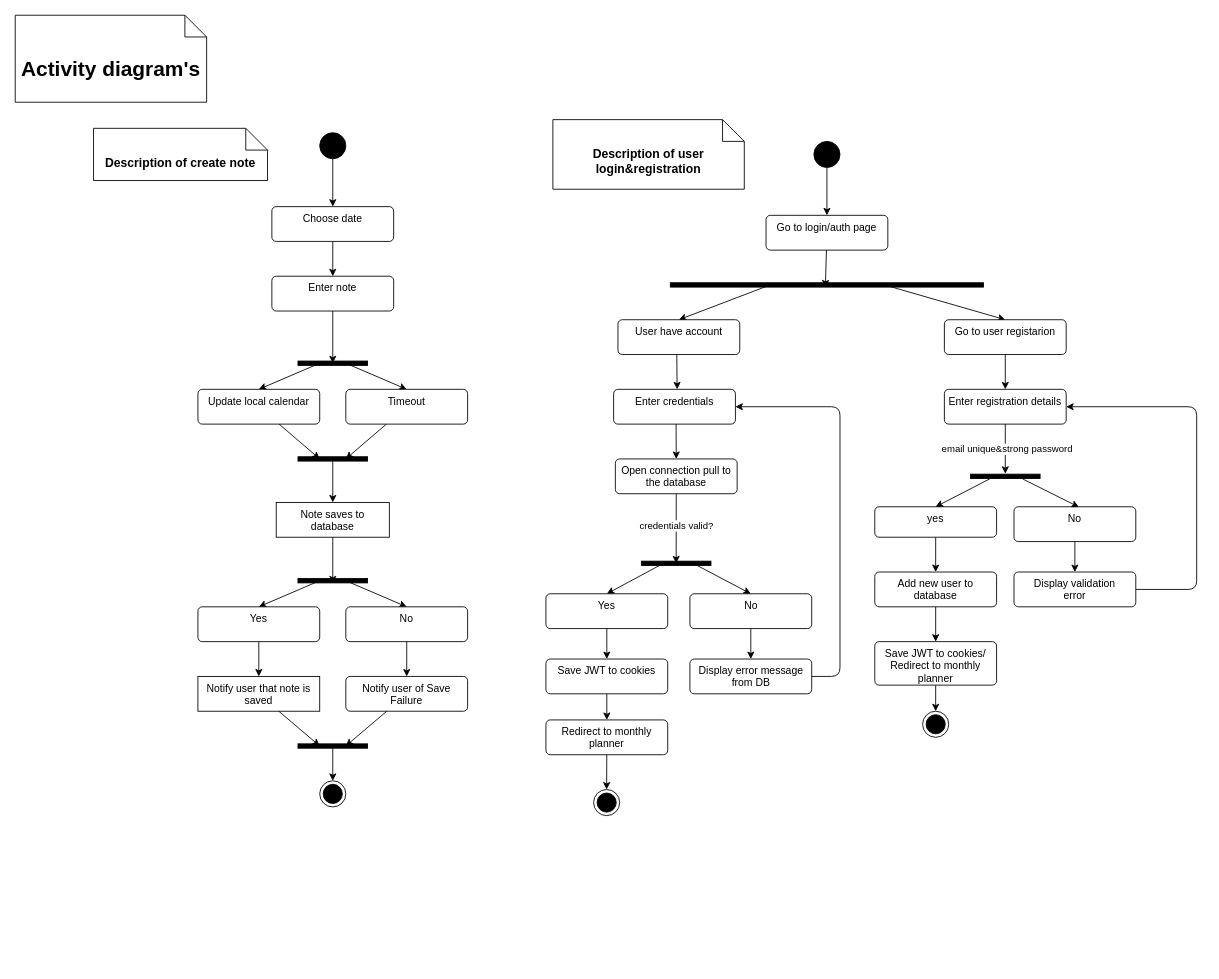
Above: documentation/activity.drawio in Kirill9m/dagbok-next-boot (draw.io), before the change. Source tidied: cells renumbered, new cells numbered last; positions are measured from the earlier drawing's top-left corner, leaving out a move shared by most shapes. Both pictures are drawn from the tidied source at 87%, with x=0, y=0 at pixel (15, 15).
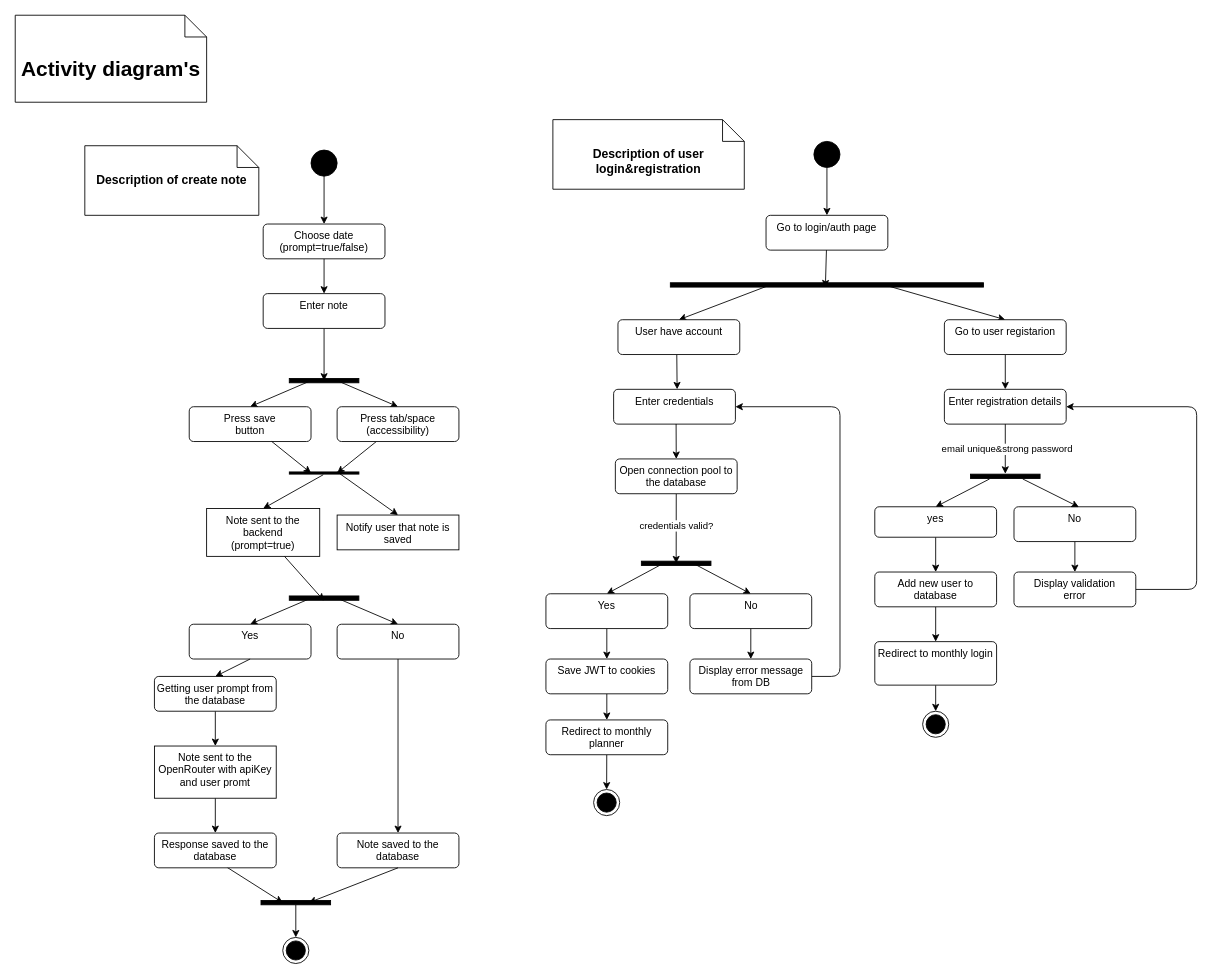
Above is the later version.

Diff of the diagram source:
```diff
@@
-    <mxCell id="2" style="edgeStyle=none;html=1;entryX=0.5;entryY=0;entryDx=0;entryDy=0;exitX=0.5;exitY=1;exitDx=0;exitDy=0;exitPerimeter=0;" parent="1" edge="1" source="20" target="4">
-      <mxGeometry relative="1" as="geometry" />
-    </mxCell>
-    <mxCell id="3" style="edgeStyle=none;html=1;entryX=0.5;entryY=0;entryDx=0;entryDy=0;" parent="1" edge="1" source="4" target="6">
-      <mxGeometry relative="1" as="geometry" />
-    </mxCell>
-    <mxCell id="4" value="Choose date" style="html=1;align=center;verticalAlign=top;rounded=1;absoluteArcSize=1;arcSize=10;dashed=0;whiteSpace=wrap;" parent="1" vertex="1">
-      <mxGeometry x="295" y="220" width="140" height="40" as="geometry" />
-    </mxCell>
-    <mxCell id="5" style="edgeStyle=none;html=1;entryX=0.5;entryY=0.5;entryDx=0;entryDy=0;entryPerimeter=0;" parent="1" edge="1" source="6" target="12">
-      <mxGeometry relative="1" as="geometry" />
-    </mxCell>
-    <mxCell id="6" value="Enter note" style="html=1;align=center;verticalAlign=top;rounded=1;absoluteArcSize=1;arcSize=10;dashed=0;whiteSpace=wrap;" parent="1" vertex="1">
-      <mxGeometry x="295" y="300" width="140" height="40" as="geometry" />
-    </mxCell>
-    <mxCell id="7" value="Note saves to&lt;div&gt;database&lt;/div&gt;" style="html=1;align=center;verticalAlign=top;rounded=1;absoluteArcSize=1;arcSize=0;dashed=0;whiteSpace=wrap;" parent="1" vertex="1">
-      <mxGeometry x="300" y="560" width="130" height="40" as="geometry" />
-    </mxCell>
-    <mxCell id="8" style="edgeStyle=none;html=1;entryX=0.5;entryY=0;entryDx=0;entryDy=0;" parent="1" edge="1" source="9" target="7">
-      <mxGeometry relative="1" as="geometry" />
-    </mxCell>
-    <mxCell id="9" style="html=1;points=[];perimeter=orthogonalPerimeter;fillColor=strokeColor;rotation=90;" parent="1" vertex="1">
-      <mxGeometry x="362.5" y="470" width="5" height="80" as="geometry" />
-    </mxCell>
-    <mxCell id="10" style="edgeStyle=none;html=1;entryX=0.5;entryY=0;entryDx=0;entryDy=0;exitX=0.5;exitY=0.688;exitDx=0;exitDy=0;exitPerimeter=0;" parent="1" edge="1" source="12" target="13">
-      <mxGeometry relative="1" as="geometry" />
-    </mxCell>
-    <mxCell id="11" style="edgeStyle=none;html=1;entryX=0.5;entryY=0;entryDx=0;entryDy=0;exitX=0.5;exitY=0.313;exitDx=0;exitDy=0;exitPerimeter=0;" parent="1" edge="1" source="12" target="15">
-      <mxGeometry relative="1" as="geometry" />
-    </mxCell>
-    <mxCell id="12" style="html=1;points=[];perimeter=orthogonalPerimeter;fillColor=strokeColor;rotation=90;" parent="1" vertex="1">
-      <mxGeometry x="362.5" y="360" width="5" height="80" as="geometry" />
-    </mxCell>
-    <mxCell id="13" value="Update local calendar" style="html=1;align=center;verticalAlign=top;rounded=1;absoluteArcSize=1;arcSize=10;dashed=0;whiteSpace=wrap;" parent="1" vertex="1">
-      <mxGeometry x="210" y="430" width="140" height="40" as="geometry" />
-    </mxCell>
-    <mxCell id="14" style="edgeStyle=none;html=1;entryX=0.5;entryY=0.313;entryDx=0;entryDy=0;entryPerimeter=0;" parent="1" edge="1" source="15" target="9">
-      <mxGeometry relative="1" as="geometry" />
-    </mxCell>
-    <mxCell id="15" value="Timeout" style="html=1;align=center;verticalAlign=top;rounded=1;absoluteArcSize=1;arcSize=10;dashed=0;whiteSpace=wrap;" parent="1" vertex="1">
-      <mxGeometry x="380" y="430" width="140" height="40" as="geometry" />
-    </mxCell>
-    <mxCell id="16" style="edgeStyle=none;html=1;entryX=0.5;entryY=0.688;entryDx=0;entryDy=0;entryPerimeter=0;" parent="1" edge="1" source="13" target="9">
-      <mxGeometry relative="1" as="geometry" />
-    </mxCell>
-    <mxCell id="17" value="Notify user that note is saved" style="html=1;align=center;verticalAlign=top;rounded=1;absoluteArcSize=1;arcSize=0;dashed=0;whiteSpace=wrap;" parent="1" vertex="1">
-      <mxGeometry x="210" y="760" width="140" height="40" as="geometry" />
-    </mxCell>
-    <mxCell id="18" value="&lt;b&gt;&lt;font style=&quot;font-size: 14px;&quot;&gt;Description of create note&lt;/font&gt;&lt;/b&gt;" style="shape=note2;boundedLbl=1;whiteSpace=wrap;html=1;size=25;verticalAlign=top;align=center;" parent="1" vertex="1">
-      <mxGeometry x="90" y="130" width="200" height="60" as="geometry" />
-    </mxCell>
-    <mxCell id="19" style="ellipse;html=1;shape=endState;fillColor=strokeColor;" parent="1" vertex="1">
-      <mxGeometry x="350" y="880" width="30" height="30" as="geometry" />
-    </mxCell>
-    <mxCell id="20" style="ellipse;fillColor=strokeColor;html=1;" parent="1" vertex="1">
-      <mxGeometry x="350" y="135" width="30" height="30" as="geometry" />
-    </mxCell>
@@
-    <mxCell id="25" style="edgeStyle=none;html=1;entryX=0.5;entryY=0;entryDx=0;entryDy=0;exitX=0.5;exitY=0.688;exitDx=0;exitDy=0;exitPerimeter=0;" parent="1" edge="1" source="27" target="29">
-      <mxGeometry relative="1" as="geometry" />
-    </mxCell>
-    <mxCell id="26" style="edgeStyle=none;html=1;entryX=0.5;entryY=0;entryDx=0;entryDy=0;exitX=0.5;exitY=0.313;exitDx=0;exitDy=0;exitPerimeter=0;" parent="1" edge="1" source="27" target="31">
-      <mxGeometry relative="1" as="geometry" />
-    </mxCell>
-    <mxCell id="27" style="html=1;points=[];perimeter=orthogonalPerimeter;fillColor=strokeColor;rotation=90;" parent="1" vertex="1">
-      <mxGeometry x="362.5" y="610" width="5" height="80" as="geometry" />
-    </mxCell>
-    <mxCell id="28" style="edgeStyle=none;html=1;entryX=0.5;entryY=0;entryDx=0;entryDy=0;" parent="1" edge="1" source="29" target="17">
-      <mxGeometry relative="1" as="geometry" />
-    </mxCell>
-    <mxCell id="29" value="Yes" style="html=1;align=center;verticalAlign=top;rounded=1;absoluteArcSize=1;arcSize=10;dashed=0;whiteSpace=wrap;" parent="1" vertex="1">
-      <mxGeometry x="210" y="680" width="140" height="40" as="geometry" />
-    </mxCell>
-    <mxCell id="30" style="edgeStyle=none;html=1;entryX=0.5;entryY=0;entryDx=0;entryDy=0;" parent="1" edge="1" source="31" target="33">
-      <mxGeometry relative="1" as="geometry" />
-    </mxCell>
-    <mxCell id="31" value="No" style="html=1;align=center;verticalAlign=top;rounded=1;absoluteArcSize=1;arcSize=10;dashed=0;whiteSpace=wrap;" parent="1" vertex="1">
-      <mxGeometry x="380" y="680" width="140" height="40" as="geometry" />
-    </mxCell>
-    <mxCell id="32" style="edgeStyle=none;html=1;entryX=1.1;entryY=0.5;entryDx=0;entryDy=0;entryPerimeter=0;" parent="1" edge="1" source="7" target="27">
-      <mxGeometry relative="1" as="geometry" />
-    </mxCell>
-    <mxCell id="33" value="Notify user of Save Failure" style="html=1;align=center;verticalAlign=top;rounded=1;absoluteArcSize=1;arcSize=10;dashed=0;whiteSpace=wrap;" parent="1" vertex="1">
-      <mxGeometry x="380" y="760" width="140" height="40" as="geometry" />
-    </mxCell>
-    <mxCell id="34" style="edgeStyle=none;html=1;entryX=0.5;entryY=0;entryDx=0;entryDy=0;" parent="1" edge="1" source="35" target="19">
-      <mxGeometry relative="1" as="geometry" />
-    </mxCell>
-    <mxCell id="35" style="html=1;points=[];perimeter=orthogonalPerimeter;fillColor=strokeColor;rotation=90;" parent="1" vertex="1">
-      <mxGeometry x="362.5" y="800" width="5" height="80" as="geometry" />
-    </mxCell>
-    <mxCell id="36" style="edgeStyle=none;html=1;entryX=0.5;entryY=0.313;entryDx=0;entryDy=0;entryPerimeter=0;" parent="1" edge="1" target="35">
-      <mxGeometry relative="1" as="geometry">
-        <mxPoint x="427" y="800" as="sourcePoint" />
-      </mxGeometry>
-    </mxCell>
-    <mxCell id="37" style="edgeStyle=none;html=1;entryX=0.5;entryY=0.688;entryDx=0;entryDy=0;entryPerimeter=0;" parent="1" edge="1" target="35">
-      <mxGeometry relative="1" as="geometry">
-        <mxPoint x="303" y="800" as="sourcePoint" />
-      </mxGeometry>
-    </mxCell>
@@
-    <mxCell id="77" value="Open connection pull to the database" style="html=1;align=center;verticalAlign=top;rounded=1;absoluteArcSize=1;arcSize=10;dashed=0;whiteSpace=wrap;" parent="1" vertex="1">
+    <mxCell id="77" value="Open connection pool to the database" style="html=1;align=center;verticalAlign=top;rounded=1;absoluteArcSize=1;arcSize=10;dashed=0;whiteSpace=wrap;" parent="1" vertex="1">
       <mxGeometry x="689.8" y="510" width="140" height="40" as="geometry" />
     </mxCell>
@@
-    <mxCell id="81" value="Save JWT to cookies/&lt;div&gt;Redirect to monthly planner&lt;/div&gt;" style="html=1;align=center;verticalAlign=top;rounded=1;absoluteArcSize=1;arcSize=10;dashed=0;whiteSpace=wrap;" parent="1" vertex="1">
+    <mxCell id="81" value="&lt;div&gt;Redirect to monthly login&lt;/div&gt;" style="html=1;align=center;verticalAlign=top;rounded=1;absoluteArcSize=1;arcSize=10;dashed=0;whiteSpace=wrap;" parent="1" vertex="1">
       <mxGeometry x="988" y="720" width="140" height="50" as="geometry" />
     </mxCell>
@@
+    <mxCell id="83" style="edgeStyle=none;html=1;entryX=0.5;entryY=0;entryDx=0;entryDy=0;exitX=0.5;exitY=1;exitDx=0;exitDy=0;exitPerimeter=0;" parent="1" edge="1" source="100" target="85">
+      <mxGeometry relative="1" as="geometry" />
+    </mxCell>
+    <mxCell id="84" style="edgeStyle=none;html=1;entryX=0.5;entryY=0;entryDx=0;entryDy=0;" parent="1" edge="1" source="85" target="6">
+      <mxGeometry relative="1" as="geometry" />
+    </mxCell>
+    <mxCell id="85" value="Choose date&lt;br&gt;(prompt=true/false)" style="html=1;align=center;verticalAlign=top;rounded=1;absoluteArcSize=1;arcSize=10;dashed=0;whiteSpace=wrap;" parent="1" vertex="1">
+      <mxGeometry x="285" y="240" width="140" height="40" as="geometry" />
+    </mxCell>
+    <mxCell id="86" style="edgeStyle=none;html=1;entryX=0.5;entryY=0.5;entryDx=0;entryDy=0;entryPerimeter=0;" parent="1" edge="1" source="6" target="92">
+      <mxGeometry relative="1" as="geometry" />
+    </mxCell>
+    <mxCell id="6" value="Enter note" style="html=1;align=center;verticalAlign=top;rounded=1;absoluteArcSize=1;arcSize=10;dashed=0;whiteSpace=wrap;" parent="1" vertex="1">
+      <mxGeometry x="285" y="320" width="140" height="40" as="geometry" />
+    </mxCell>
+    <mxCell id="87" value="Note sent to the&lt;br&gt;backend&lt;br&gt;(prompt=true)" style="html=1;align=center;verticalAlign=top;rounded=1;absoluteArcSize=1;arcSize=0;dashed=0;whiteSpace=wrap;" parent="1" vertex="1">
+      <mxGeometry x="220" y="567" width="130" height="55" as="geometry" />
+    </mxCell>
+    <mxCell id="88" style="edgeStyle=none;html=1;entryX=0.5;entryY=0;entryDx=0;entryDy=0;exitX=1.287;exitY=0.512;exitDx=0;exitDy=0;exitPerimeter=0;" parent="1" edge="1" source="89" target="87">
+      <mxGeometry relative="1" as="geometry" />
+    </mxCell>
+    <mxCell id="89" style="html=1;points=[];perimeter=orthogonalPerimeter;fillColor=strokeColor;rotation=90;" parent="1" vertex="1">
+      <mxGeometry x="353.8" y="486.2" width="2.5" height="80" as="geometry" />
+    </mxCell>
+    <mxCell id="90" style="edgeStyle=none;html=1;entryX=0.5;entryY=0;entryDx=0;entryDy=0;exitX=0.5;exitY=0.688;exitDx=0;exitDy=0;exitPerimeter=0;" parent="1" edge="1" source="92" target="93">
+      <mxGeometry relative="1" as="geometry" />
+    </mxCell>
+    <mxCell id="91" style="edgeStyle=none;html=1;entryX=0.5;entryY=0;entryDx=0;entryDy=0;exitX=0.5;exitY=0.313;exitDx=0;exitDy=0;exitPerimeter=0;" parent="1" edge="1" source="92" target="95">
+      <mxGeometry relative="1" as="geometry" />
+    </mxCell>
+    <mxCell id="92" style="html=1;points=[];perimeter=orthogonalPerimeter;fillColor=strokeColor;rotation=90;" parent="1" vertex="1">
+      <mxGeometry x="352.5" y="380" width="5" height="80" as="geometry" />
+    </mxCell>
+    <mxCell id="93" value="Press save&lt;br&gt;button" style="html=1;align=center;verticalAlign=top;rounded=1;absoluteArcSize=1;arcSize=10;dashed=0;whiteSpace=wrap;" parent="1" vertex="1">
+      <mxGeometry x="200" y="450" width="140" height="40" as="geometry" />
+    </mxCell>
+    <mxCell id="94" style="edgeStyle=none;html=1;entryX=0.5;entryY=0.313;entryDx=0;entryDy=0;entryPerimeter=0;" parent="1" edge="1" source="95" target="89">
+      <mxGeometry relative="1" as="geometry" />
+    </mxCell>
+    <mxCell id="95" value="Press tab/space&lt;br&gt;(accessibility)" style="html=1;align=center;verticalAlign=top;rounded=1;absoluteArcSize=1;arcSize=10;dashed=0;whiteSpace=wrap;" parent="1" vertex="1">
+      <mxGeometry x="370" y="450" width="140" height="40" as="geometry" />
+    </mxCell>
+    <mxCell id="96" style="edgeStyle=none;html=1;entryX=0.5;entryY=0.688;entryDx=0;entryDy=0;entryPerimeter=0;" parent="1" edge="1" source="93" target="89">
+      <mxGeometry relative="1" as="geometry" />
+    </mxCell>
+    <mxCell id="97" style="edgeStyle=orthogonalEdgeStyle;rounded=0;jettySize=auto;html=1;" parent="1" edge="1" source="98" target="115">
+      <mxGeometry relative="1" as="geometry" />
+    </mxCell>
+    <mxCell id="98" value="Note sent to the OpenRouter with apiKey&lt;br&gt;and user promt" style="html=1;align=center;verticalAlign=top;rounded=1;absoluteArcSize=1;arcSize=0;dashed=0;whiteSpace=wrap;" parent="1" vertex="1">
+      <mxGeometry x="160" y="840" width="140" height="60" as="geometry" />
+    </mxCell>
+    <mxCell id="18" value="&lt;b&gt;&lt;font style=&quot;font-size: 14px;&quot;&gt;Description of create note&lt;/font&gt;&lt;/b&gt;" style="shape=note2;boundedLbl=1;whiteSpace=wrap;html=1;size=25;verticalAlign=top;align=center;" parent="1" vertex="1">
+      <mxGeometry x="80" y="150" width="200" height="80" as="geometry" />
+    </mxCell>
+    <mxCell id="99" style="ellipse;html=1;shape=endState;fillColor=strokeColor;" parent="1" vertex="1">
+      <mxGeometry x="307.5" y="1060" width="30" height="30" as="geometry" />
+    </mxCell>
+    <mxCell id="100" style="ellipse;fillColor=strokeColor;html=1;" parent="1" vertex="1">
+      <mxGeometry x="340" y="155" width="30" height="30" as="geometry" />
+    </mxCell>
+    <mxCell id="101" style="edgeStyle=none;html=1;entryX=0.5;entryY=0;entryDx=0;entryDy=0;exitX=0.5;exitY=0.688;exitDx=0;exitDy=0;exitPerimeter=0;" parent="1" edge="1" source="103" target="29">
+      <mxGeometry relative="1" as="geometry" />
+    </mxCell>
+    <mxCell id="102" style="edgeStyle=none;html=1;entryX=0.5;entryY=0;entryDx=0;entryDy=0;exitX=0.5;exitY=0.313;exitDx=0;exitDy=0;exitPerimeter=0;" parent="1" edge="1" source="103" target="31">
+      <mxGeometry relative="1" as="geometry" />
+    </mxCell>
+    <mxCell id="103" style="html=1;points=[];perimeter=orthogonalPerimeter;fillColor=strokeColor;rotation=90;" parent="1" vertex="1">
+      <mxGeometry x="352.5" y="630" width="5" height="80" as="geometry" />
+    </mxCell>
+    <mxCell id="104" style="edgeStyle=none;html=1;entryX=0.5;entryY=0;entryDx=0;entryDy=0;exitX=0.5;exitY=1;exitDx=0;exitDy=0;" parent="1" edge="1" source="113" target="98">
+      <mxGeometry relative="1" as="geometry" />
+    </mxCell>
+    <mxCell id="29" value="Yes" style="html=1;align=center;verticalAlign=top;rounded=1;absoluteArcSize=1;arcSize=10;dashed=0;whiteSpace=wrap;" parent="1" vertex="1">
+      <mxGeometry x="200" y="700" width="140" height="40" as="geometry" />
+    </mxCell>
+    <mxCell id="105" style="edgeStyle=none;html=1;entryX=0.5;entryY=0;entryDx=0;entryDy=0;" parent="1" edge="1" source="31" target="107">
+      <mxGeometry relative="1" as="geometry" />
+    </mxCell>
+    <mxCell id="31" value="No" style="html=1;align=center;verticalAlign=top;rounded=1;absoluteArcSize=1;arcSize=10;dashed=0;whiteSpace=wrap;" parent="1" vertex="1">
+      <mxGeometry x="370" y="700" width="140" height="40" as="geometry" />
+    </mxCell>
+    <mxCell id="106" style="edgeStyle=none;html=1;entryX=1.1;entryY=0.5;entryDx=0;entryDy=0;entryPerimeter=0;" parent="1" edge="1" source="87" target="103">
+      <mxGeometry relative="1" as="geometry" />
+    </mxCell>
+    <mxCell id="107" value="Note saved to the&lt;br&gt;database" style="html=1;align=center;verticalAlign=top;rounded=1;absoluteArcSize=1;arcSize=10;dashed=0;whiteSpace=wrap;" parent="1" vertex="1">
+      <mxGeometry x="370" y="940" width="140" height="40" as="geometry" />
+    </mxCell>
+    <mxCell id="108" style="edgeStyle=none;html=1;entryX=0.5;entryY=0;entryDx=0;entryDy=0;" parent="1" edge="1" source="109" target="99">
+      <mxGeometry relative="1" as="geometry" />
+    </mxCell>
+    <mxCell id="109" style="html=1;points=[];perimeter=orthogonalPerimeter;fillColor=strokeColor;rotation=90;" parent="1" vertex="1">
+      <mxGeometry x="320" y="980" width="5" height="80" as="geometry" />
+    </mxCell>
+    <mxCell id="110" style="edgeStyle=none;html=1;entryX=0.5;entryY=0.313;entryDx=0;entryDy=0;entryPerimeter=0;exitX=0.5;exitY=1;exitDx=0;exitDy=0;" parent="1" edge="1" source="107" target="109">
+      <mxGeometry relative="1" as="geometry" />
+    </mxCell>
+    <mxCell id="111" style="edgeStyle=none;html=1;entryX=0.5;entryY=0.688;entryDx=0;entryDy=0;entryPerimeter=0;exitX=0.595;exitY=0.983;exitDx=0;exitDy=0;exitPerimeter=0;" parent="1" edge="1" source="115" target="109">
+      <mxGeometry relative="1" as="geometry" />
+    </mxCell>
+    <mxCell id="17" value="Notify user that note is saved" style="html=1;align=center;verticalAlign=top;rounded=1;absoluteArcSize=1;arcSize=0;dashed=0;whiteSpace=wrap;" parent="1" vertex="1">
+      <mxGeometry x="370" y="574.5" width="140" height="40" as="geometry" />
+    </mxCell>
+    <mxCell id="112" style="edgeStyle=none;html=1;entryX=0.5;entryY=0;entryDx=0;entryDy=0;exitX=-0.129;exitY=0.316;exitDx=0;exitDy=0;exitPerimeter=0;" parent="1" edge="1" source="89" target="17">
+      <mxGeometry relative="1" as="geometry" />
+    </mxCell>
+    <mxCell id="113" value="Getting user prompt from the database" style="html=1;align=center;verticalAlign=top;rounded=1;absoluteArcSize=1;arcSize=10;dashed=0;whiteSpace=wrap;" parent="1" vertex="1">
+      <mxGeometry x="160" y="760" width="140" height="40" as="geometry" />
+    </mxCell>
+    <mxCell id="114" style="edgeStyle=none;html=1;entryX=0.5;entryY=0;entryDx=0;entryDy=0;exitX=0.5;exitY=1;exitDx=0;exitDy=0;" parent="1" edge="1" source="29" target="113">
+      <mxGeometry relative="1" as="geometry" />
+    </mxCell>
+    <mxCell id="115" value="Response saved to the&lt;br&gt;database" style="html=1;align=center;verticalAlign=top;rounded=1;absoluteArcSize=1;arcSize=10;dashed=0;whiteSpace=wrap;" parent="1" vertex="1">
+      <mxGeometry x="160" y="940" width="140" height="40" as="geometry" />
+    </mxCell>
```
